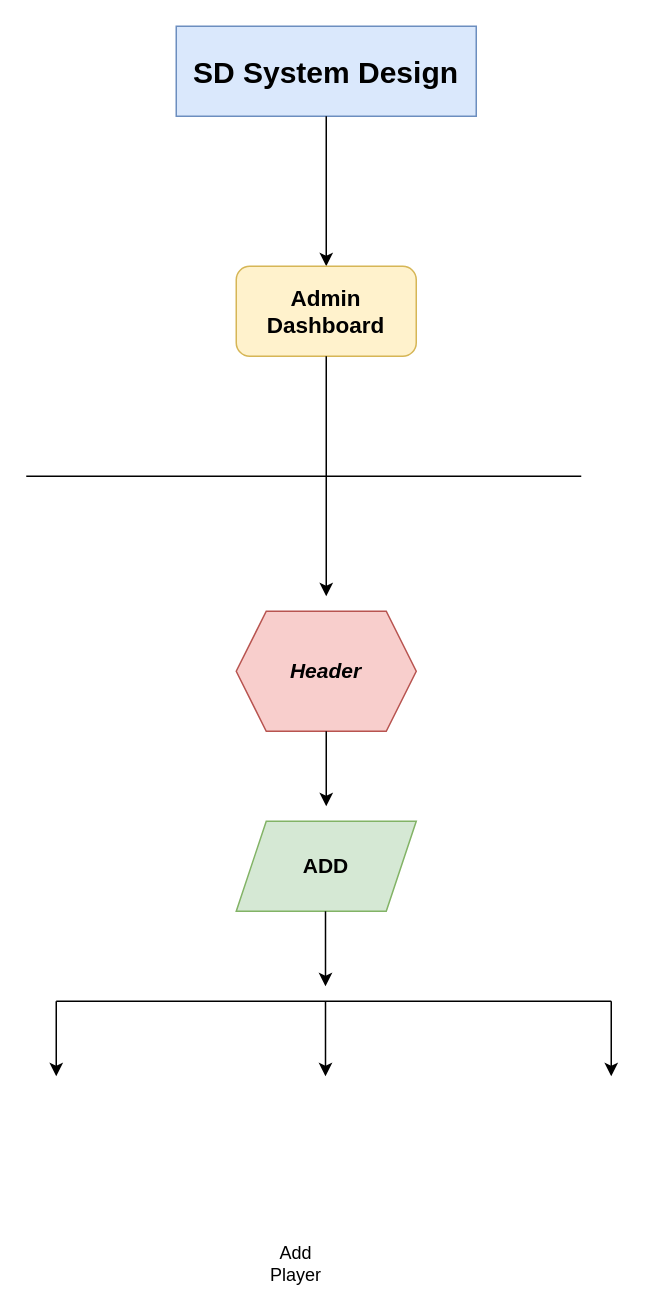
Earlier version of the draw.io diagram src/SD System Design.drawio (rakib-netmow/sd-react). Source tidied: cells renumbered, new cells numbered last; positions are measured from the earlier drawing's top-left corner, leaving out a move shared by most shapes. Both pictures are drawn from the tidied source at 150%, with x=0, y=0 at pixel (26, 26).
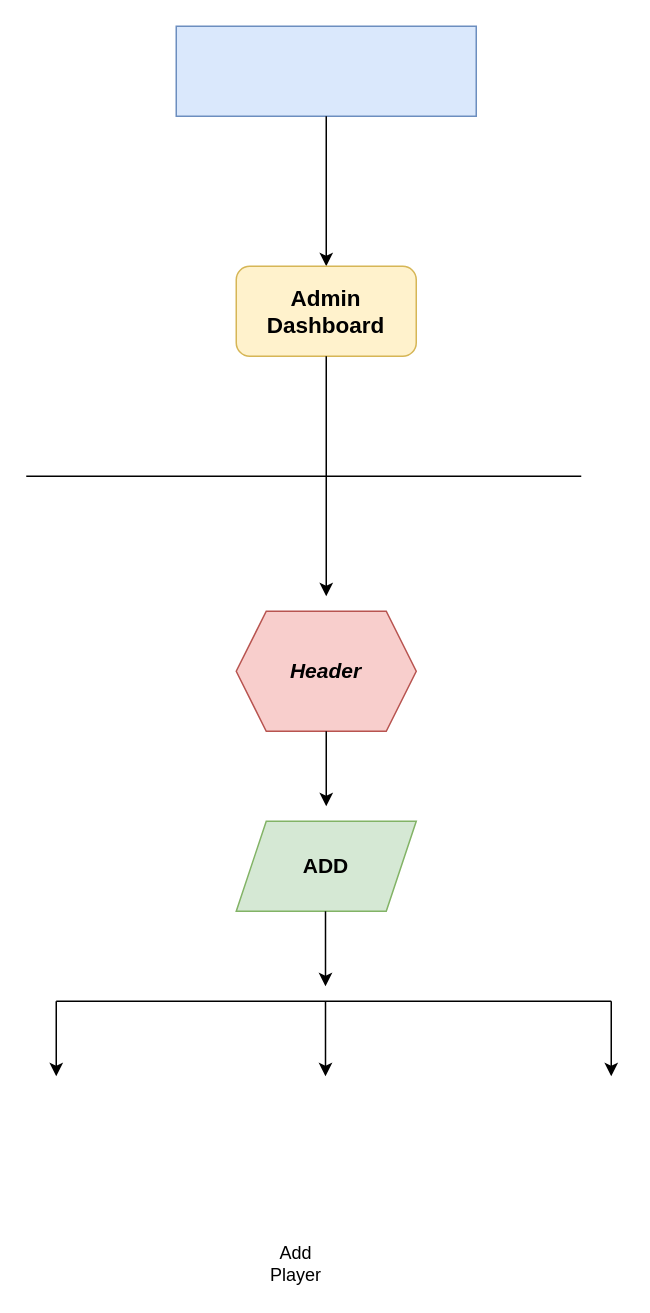
The same diagram, later.

Change to the diagram source:
```diff
@@
-    <mxCell id="3" value="&lt;b&gt;&lt;font style=&quot;font-size: 20px;&quot;&gt;SD System Design&lt;/font&gt;&lt;/b&gt;" style="text;strokeColor=none;align=center;fillColor=none;html=1;verticalAlign=middle;whiteSpace=wrap;rounded=0;" parent="1" vertex="1">
-      <mxGeometry x="110" y="15" width="180" height="30" as="geometry" />
-    </mxCell>
```
